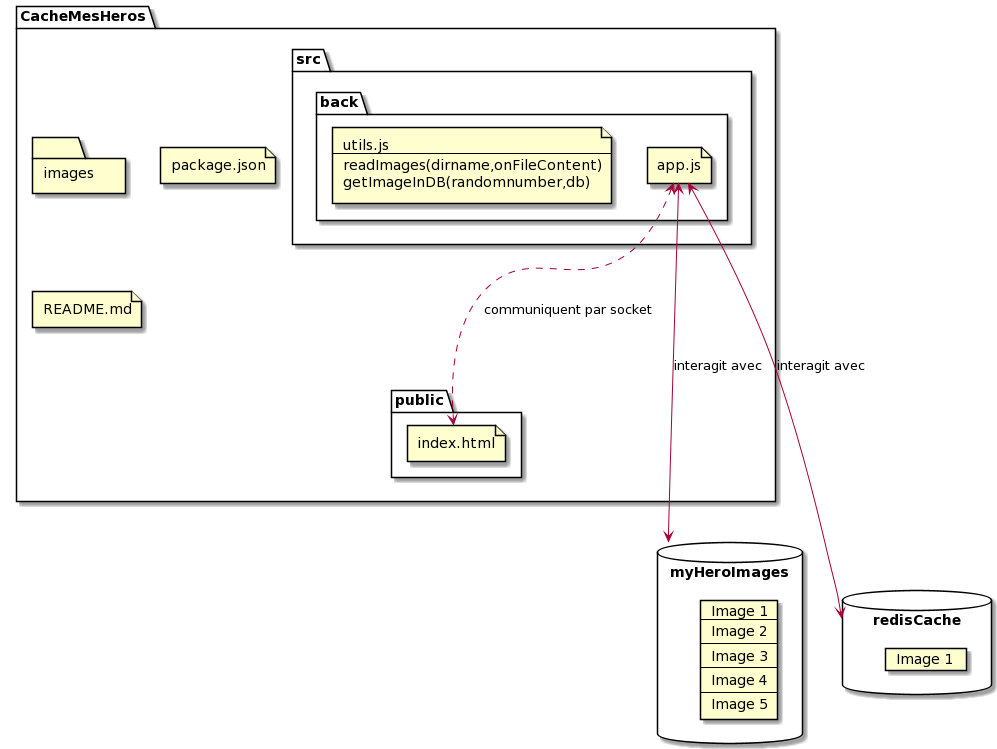
Above: docs/diag/diagramme_mise_en_oeuvre.png in prodageo/mniproj2020b-2020a70b (PlantUML), before the change.
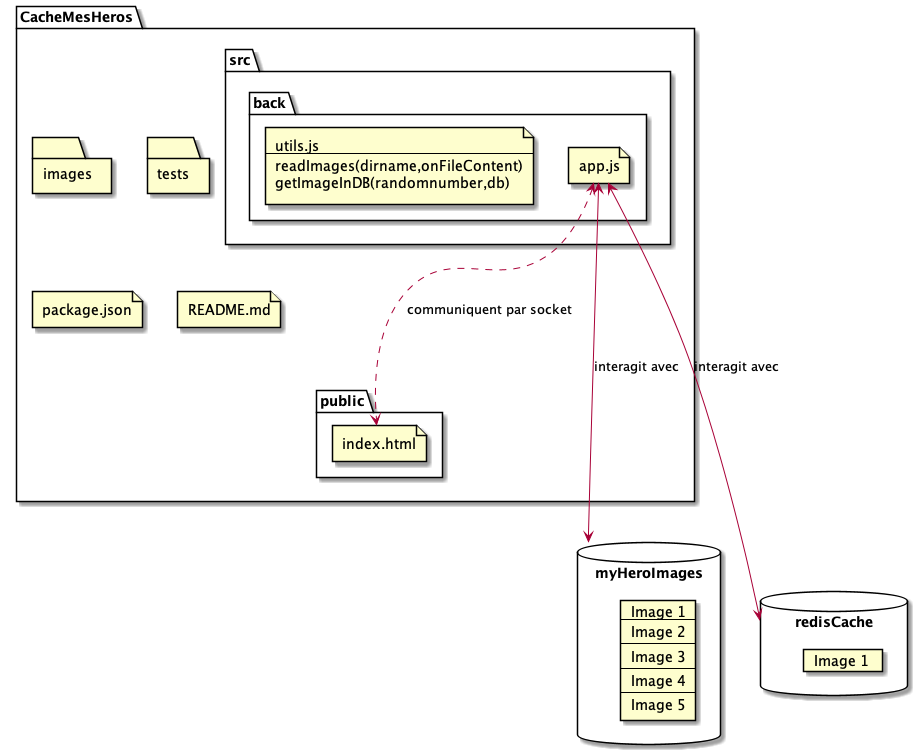
The same file after the commit.

Commit message:
maj diag

What changed in the source:
```diff
@@ -1,6 +1,7 @@
 @startuml
 folder CacheMesHeros {
 folder images
+folder tests
 folder public {
 file index.html
 }
```
